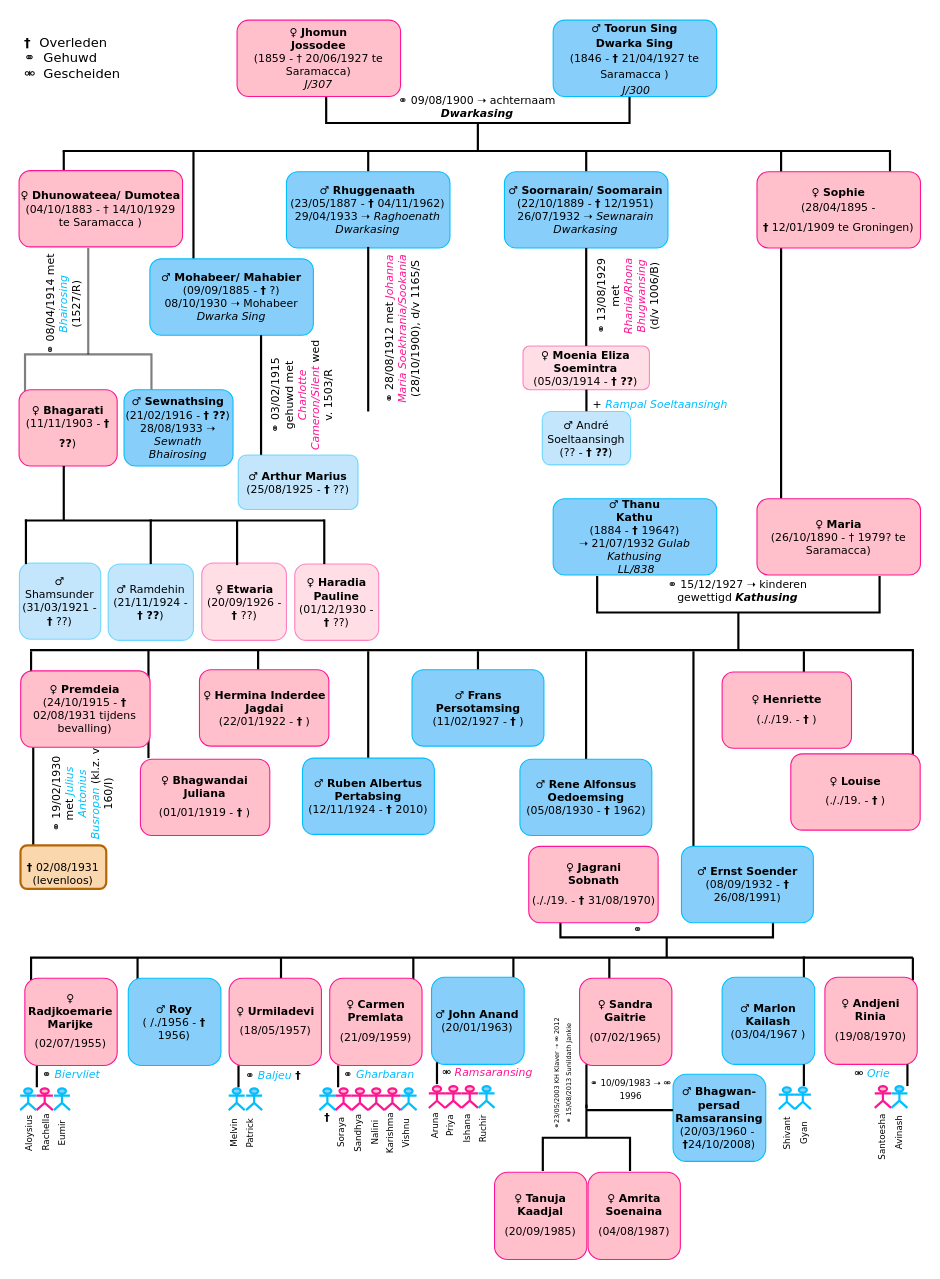
Above: Diagram zonder titel.drawio in Kaadjal/Kaadjal (draw.io), before the change. Source tidied: cells renumbered, new cells numbered last; positions are measured from the earlier drawing's top-left corner, leaving out a move shared by most shapes. Both pictures are drawn from the tidied source at 109%, with x=0, y=0 at pixel (-19, -29).
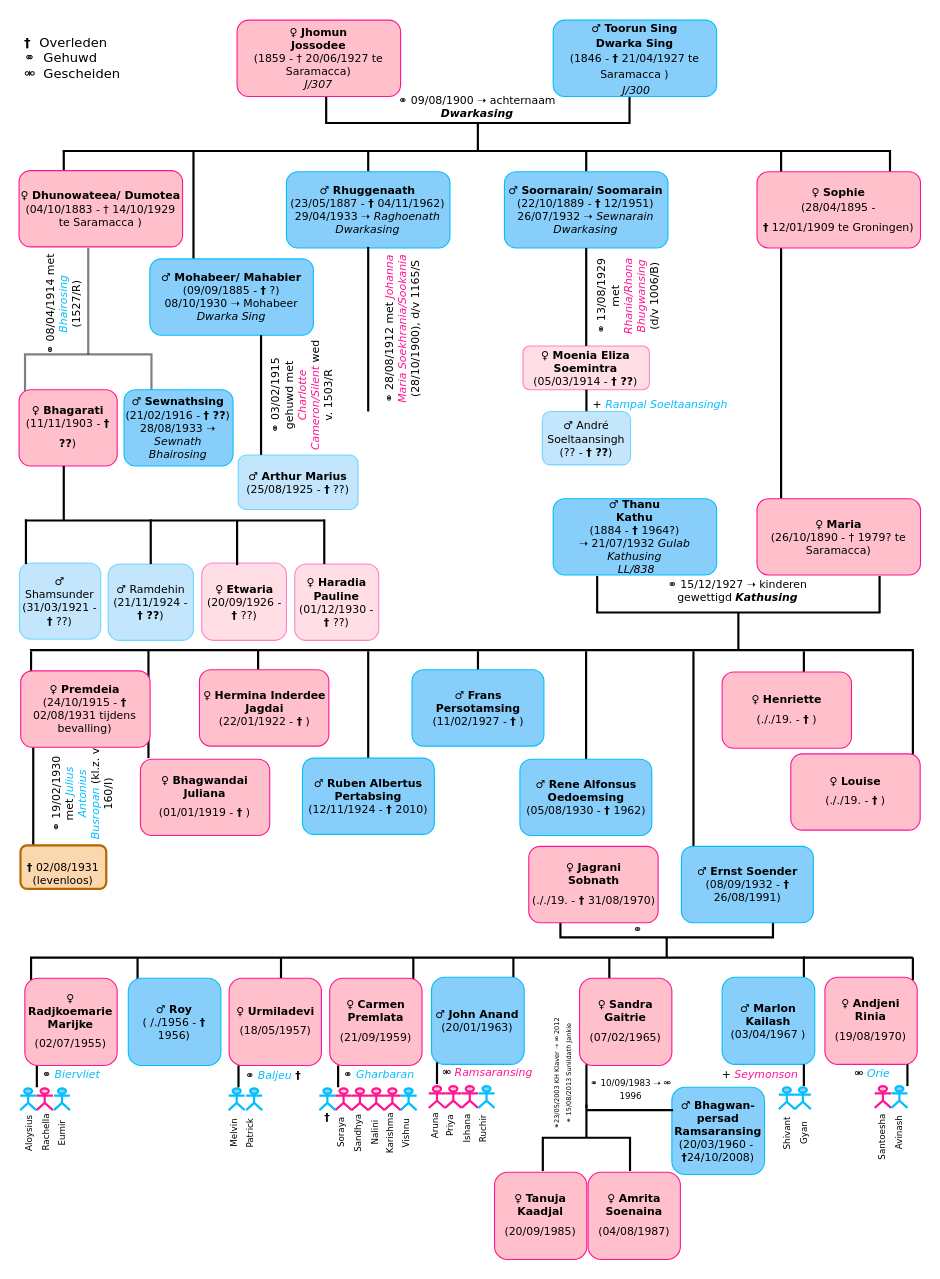
Above is the later version.

Diff of the diagram source:
```diff
@@
     <mxCell id="96" value="&lt;div&gt;&lt;font style=&quot;font-size: 10px;&quot; face=&quot;Verdana&quot;&gt;♂ &lt;b&gt;Bhagwan-persad Ramsaransing&lt;/b&gt;&lt;br&gt;&lt;/font&gt;&lt;/div&gt;&lt;div&gt;&lt;font style=&quot;font-size: 10px;&quot; face=&quot;Verdana&quot;&gt;(20/03/1960 -&amp;nbsp; &lt;/font&gt;&lt;font style=&quot;font-size: 10px;&quot; face=&quot;Verdana&quot;&gt;&lt;font style=&quot;font-size: 10px;&quot; size=&quot;3&quot;&gt;&lt;b&gt;†&lt;/b&gt;24/10/2008&lt;/font&gt;)&lt;/font&gt;&lt;/div&gt;" style="rounded=1;whiteSpace=wrap;html=1;fillStyle=auto;strokeColor=#00BFFF;fillColor=#87CEFA;gradientColor=none;fontFamily=Verdana;fontSize=10;fontColor=#000000;" parent="1" vertex="1">
-      <mxGeometry x="634" y="1012" width="85" height="80" as="geometry" />
+      <mxGeometry x="632.9" y="1024" width="85" height="80" as="geometry" />
     </mxCell>
@@
+    <mxCell id="147" value="&lt;span lang=&quot;EN-US&quot;&gt;&lt;span lang=&quot;EN-US&quot;&gt;+&lt;/span&gt; &lt;font color=&quot;#FF1493&quot;&gt;&lt;i&gt;Seymonson&lt;/i&gt;&lt;/font&gt;&lt;/span&gt;" style="text;html=1;strokeColor=none;fillColor=none;align=center;verticalAlign=middle;whiteSpace=wrap;overflow=hidden;fillStyle=auto;fontFamily=Verdana;fontSize=10;opacity=50;fontColor=#000000;" parent="1" vertex="1">
+      <mxGeometry x="664" y="998.2" width="100" height="28" as="geometry" />
+    </mxCell>
```
